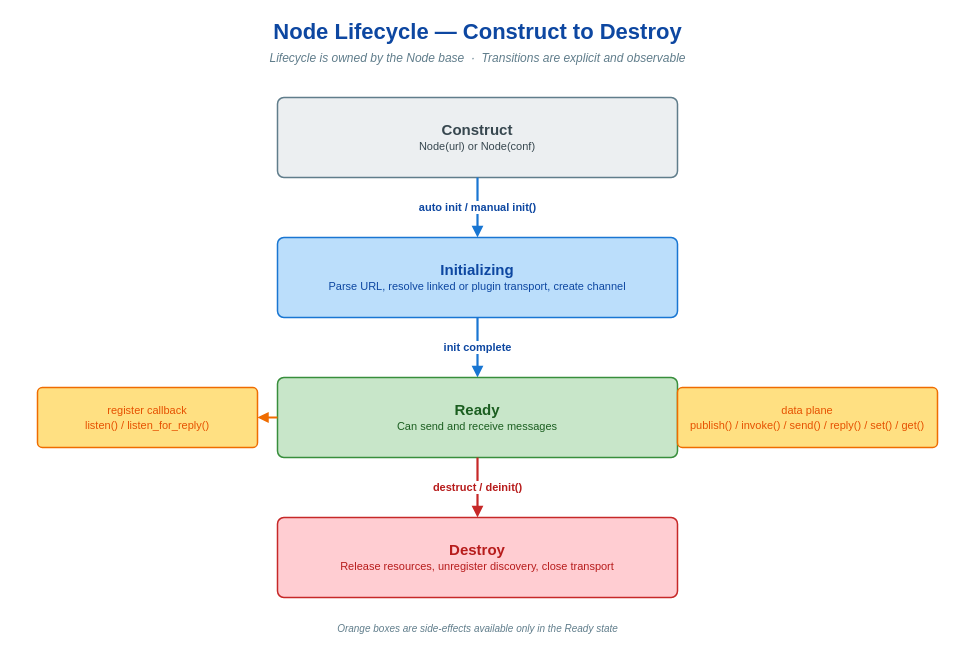
Before: doc/images/node-lifecycle.drawio in thun-res/vlink, a draw.io diagram. Source tidied: cells renumbered, new cells numbered last; positions are measured from the earlier drawing's top-left corner, leaving out a move shared by most shapes. Both pictures are drawn from the tidied source at 100%, with x=0, y=0 at pixel (17, 17).
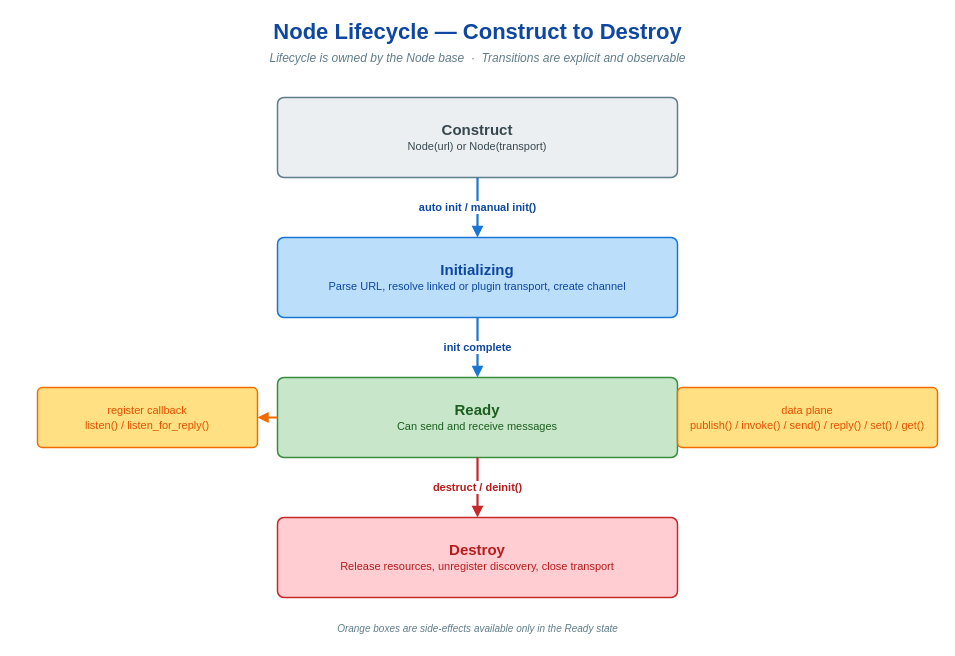
After the change.

What changed in the source:
```diff
@@
 <mxGraphModel>
   <root>
     <mxCell id="0" />
     <mxCell id="1" parent="0" />
     <mxCell id="2" value="Node Lifecycle — Construct to Destroy" style="text;html=1;align=center;verticalAlign=middle;strokeColor=none;fillColor=none;fontFamily=Helvetica;fontSize=22;fontStyle=1;fontColor=#0d47a1;shadow=0;" parent="1" vertex="1">
       <mxGeometry width="920" height="30" as="geometry" />
     </mxCell>
     <mxCell id="3" value="Lifecycle is owned by the Node base  ·  Transitions are explicit and observable" style="text;html=1;align=center;verticalAlign=middle;strokeColor=none;fillColor=none;fontFamily=Helvetica;fontSize=12;fontStyle=2;fontColor=#607d8b;shadow=0;" parent="1" vertex="1">
       <mxGeometry y="30" width="920" height="22" as="geometry" />
     </mxCell>
-    <mxCell id="4" value="&lt;b style=&quot;font-size:15px&quot;&gt;Construct&lt;/b&gt;&#10;&lt;span style=&quot;font-size:11px&quot;&gt;Node(url) or Node(conf)&lt;/span&gt;" style="rounded=1;whiteSpace=wrap;html=1;fillColor=#eceff1;strokeColor=#607d8b;strokeWidth=1.5;fontFamily=Helvetica;fontSize=12;fontColor=#37474f;shadow=0;arcSize=8;verticalAlign=middle;align=center;" parent="1" vertex="1">
+    <mxCell id="4" value="&lt;b style=&quot;font-size:15px&quot;&gt;Construct&lt;/b&gt;&#10;&lt;span style=&quot;font-size:11px&quot;&gt;Node(url) or Node(transport)&lt;/span&gt;" style="rounded=1;whiteSpace=wrap;html=1;fillColor=#eceff1;strokeColor=#607d8b;strokeWidth=1.5;fontFamily=Helvetica;fontSize=12;fontColor=#37474f;shadow=0;arcSize=8;verticalAlign=middle;align=center;" parent="1" vertex="1">
       <mxGeometry x="260" y="80" width="400" height="80" as="geometry" />
     </mxCell>
     <mxCell id="5" value="auto init / manual init()" style="endArrow=block;endFill=1;html=1;rounded=1;strokeWidth=2.2;strokeColor=#1976d2;fontFamily=Helvetica;fontSize=11;fontStyle=1;fontColor=#0d47a1;labelBackgroundColor=#ffffff;shadow=0;exitX=0.5;exitY=1;exitDx=0;exitDy=0;entryX=0.5;entryY=0;entryDx=0;entryDy=0;" parent="1" edge="1" source="4" target="6">
       <mxGeometry relative="1" as="geometry" />
     </mxCell>
     <mxCell id="6" value="&lt;b style=&quot;font-size:15px&quot;&gt;Initializing&lt;/b&gt;&#10;&lt;span style=&quot;font-size:11px&quot;&gt;Parse URL, resolve linked or plugin transport, create channel&lt;/span&gt;" style="rounded=1;whiteSpace=wrap;html=1;fillColor=#bbdefb;strokeColor=#1976d2;strokeWidth=1.5;fontFamily=Helvetica;fontSize=12;fontColor=#0d47a1;shadow=0;arcSize=8;verticalAlign=middle;align=center;" parent="1" vertex="1">
       <mxGeometry x="260" y="220" width="400" height="80" as="geometry" />
     </mxCell>
     <mxCell id="7" value="init complete" style="endArrow=block;endFill=1;html=1;rounded=1;strokeWidth=2.2;strokeColor=#1976d2;fontFamily=Helvetica;fontSize=11;fontStyle=1;fontColor=#0d47a1;labelBackgroundColor=#ffffff;shadow=0;exitX=0.5;exitY=1;exitDx=0;exitDy=0;entryX=0.5;entryY=0;entryDx=0;entryDy=0;" parent="1" edge="1" source="6" target="8">
       <mxGeometry relative="1" as="geometry" />
     </mxCell>
     <mxCell id="8" value="&lt;b style=&quot;font-size:15px&quot;&gt;Ready&lt;/b&gt;&#10;&lt;span style=&quot;font-size:11px&quot;&gt;Can send and receive messages&lt;/span&gt;" style="rounded=1;whiteSpace=wrap;html=1;fillColor=#c8e6c9;strokeColor=#388e3c;strokeWidth=1.5;fontFamily=Helvetica;fontSize=12;fontColor=#1b5e20;shadow=0;arcSize=8;verticalAlign=middle;align=center;" parent="1" vertex="1">
       <mxGeometry x="260" y="360" width="400" height="80" as="geometry" />
     </mxCell>
     <mxCell id="9" value="&lt;span style=&quot;font-size:11px&quot;&gt;register callback&lt;br/&gt;listen() / listen_for_reply()&lt;/span&gt;" style="rounded=1;whiteSpace=wrap;html=1;fillColor=#ffe082;strokeColor=#ef6c00;strokeWidth=1.5;fontFamily=Helvetica;fontSize=12;fontColor=#e65100;shadow=0;arcSize=8;verticalAlign=middle;align=center;" parent="1" vertex="1">
       <mxGeometry x="20" y="370" width="220" height="60" as="geometry" />
     </mxCell>
     <mxCell id="10" style="endArrow=block;endFill=1;html=1;rounded=1;strokeWidth=2;strokeColor=#ef6c00;shadow=0;exitX=0;exitY=0.5;exitDx=0;exitDy=0;entryX=1;entryY=0.5;entryDx=0;entryDy=0;" parent="1" edge="1" source="8" target="9">
       <mxGeometry relative="1" as="geometry" />
     </mxCell>
     <mxCell id="11" value="&lt;span style=&quot;font-size:11px&quot;&gt;data plane&lt;br/&gt;publish() / invoke() / send() / reply() / set() / get()&lt;/span&gt;" style="rounded=1;whiteSpace=wrap;html=1;fillColor=#ffe082;strokeColor=#ef6c00;strokeWidth=1.5;fontFamily=Helvetica;fontSize=12;fontColor=#e65100;shadow=0;arcSize=8;verticalAlign=middle;align=center;" parent="1" vertex="1">
       <mxGeometry x="660" y="370" width="260" height="60" as="geometry" />
     </mxCell>
     <mxCell id="12" style="endArrow=block;endFill=1;html=1;rounded=1;strokeWidth=2;strokeColor=#ef6c00;shadow=0;exitX=1;exitY=0.5;exitDx=0;exitDy=0;entryX=0;entryY=0.5;entryDx=0;entryDy=0;" parent="1" edge="1" source="8" target="11">
       <mxGeometry relative="1" as="geometry" />
     </mxCell>
     <mxCell id="13" value="destruct / deinit()" style="endArrow=block;endFill=1;html=1;rounded=1;strokeWidth=2.2;strokeColor=#c62828;fontFamily=Helvetica;fontSize=11;fontStyle=1;fontColor=#b71c1c;labelBackgroundColor=#ffffff;shadow=0;exitX=0.5;exitY=1;exitDx=0;exitDy=0;entryX=0.5;entryY=0;entryDx=0;entryDy=0;" parent="1" edge="1" source="8" target="14">
       <mxGeometry relative="1" as="geometry" />
     </mxCell>
     <mxCell id="14" value="&lt;b style=&quot;font-size:15px&quot;&gt;Destroy&lt;/b&gt;&#10;&lt;span style=&quot;font-size:11px&quot;&gt;Release resources, unregister discovery, close transport&lt;/span&gt;" style="rounded=1;whiteSpace=wrap;html=1;fillColor=#ffcdd2;strokeColor=#c62828;strokeWidth=1.5;fontFamily=Helvetica;fontSize=12;fontColor=#b71c1c;shadow=0;arcSize=8;verticalAlign=middle;align=center;" parent="1" vertex="1">
       <mxGeometry x="260" y="500" width="400" height="80" as="geometry" />
     </mxCell>
     <mxCell id="15" value="Orange boxes are side-effects available only in the Ready state" style="text;html=1;align=center;verticalAlign=middle;strokeColor=none;fillColor=none;fontFamily=Helvetica;fontSize=10;fontStyle=2;fontColor=#607d8b;shadow=0;" parent="1" vertex="1">
       <mxGeometry y="600" width="920" height="22" as="geometry" />
     </mxCell>
   </root>
 </mxGraphModel>
```
